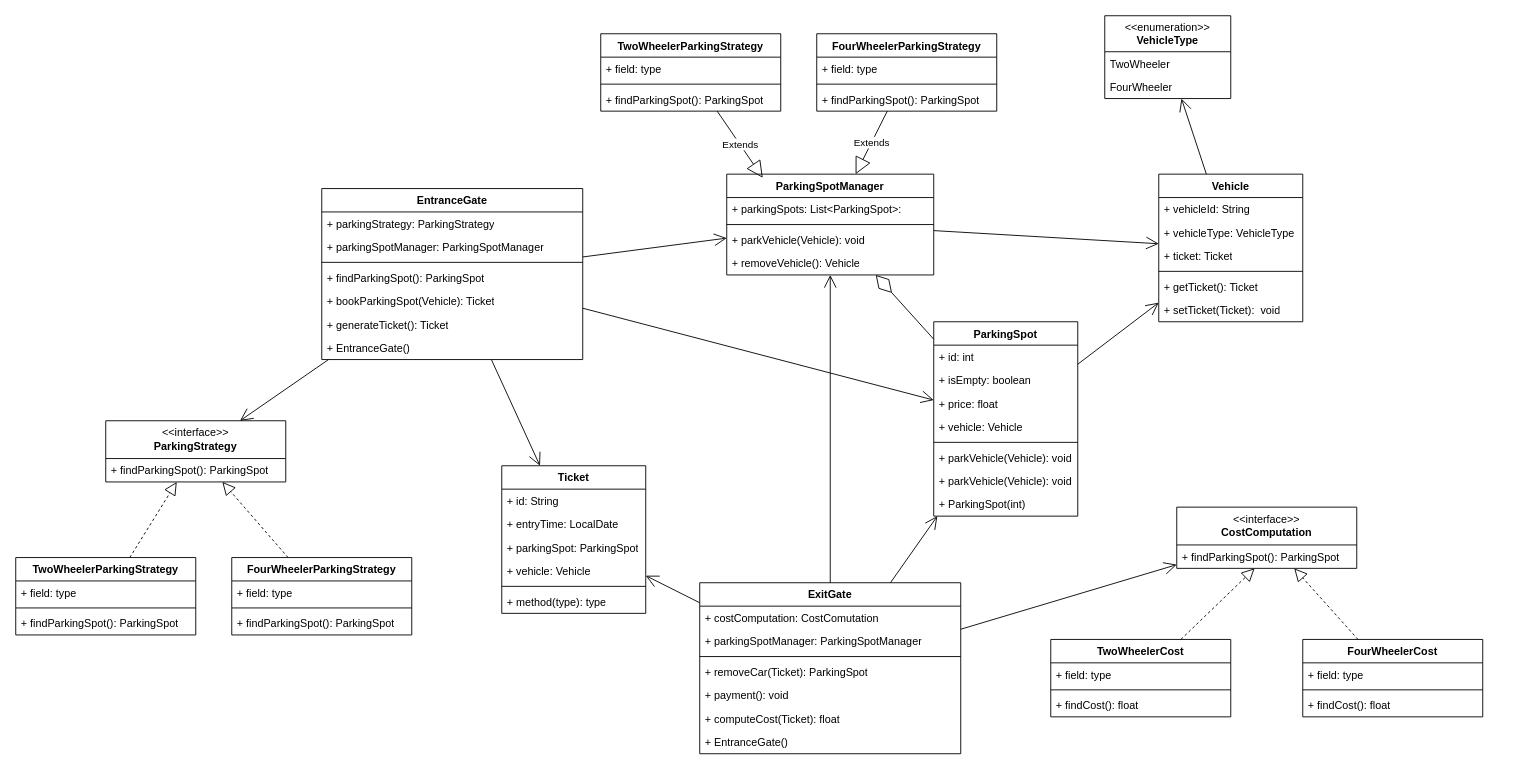
Above: Systems/ParkingLotSystemDesign/ParkingLotDiagram.drawio in jaychillin2607/low-level-system-design-patterns-and-project (draw.io), before the change. Source tidied: cells renumbered, new cells numbered last; positions are measured from the earlier drawing's top-left corner, leaving out a move shared by most shapes. Both pictures are drawn from the tidied source at 90%, with x=0, y=0 at pixel (15, 15).
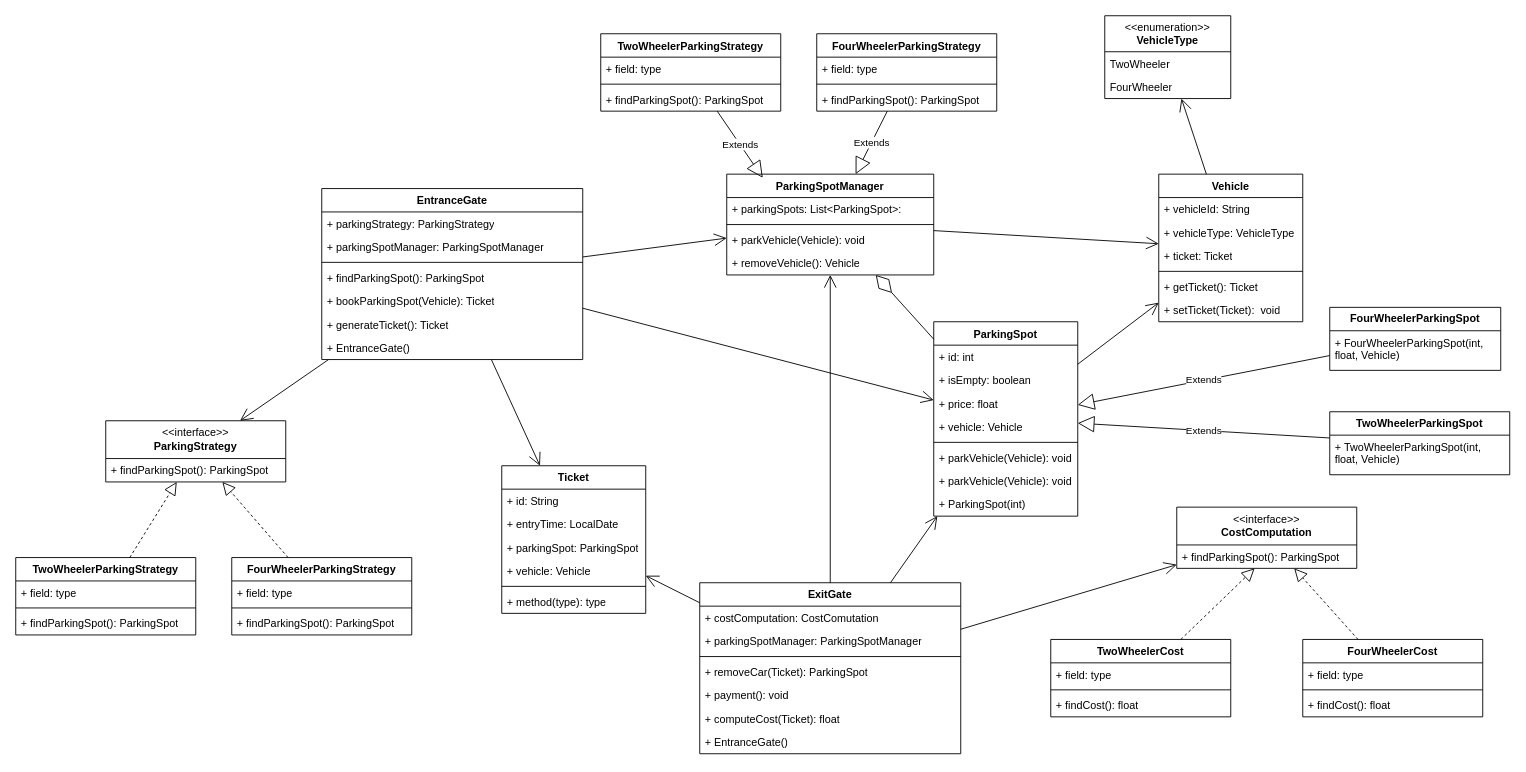
After the change.

Unchanged cells that the change refers to:
```xml
<mxCell id="13" value="ParkingSpot" style="swimlane;fontStyle=1;align=center;verticalAlign=top;horizontal=1;startSize=26;whiteSpace=wrap;html=1;" parent="1" vertex="1">
  <mxGeometry x="1020" y="340" width="160" height="216" as="geometry" />
</mxCell>
```

The edit, as a diff of the source:
```diff
@@
+    <mxCell id="97" value="&lt;b&gt;FourWheelerParkingSpot&lt;/b&gt;" style="swimlane;fontStyle=0;horizontal=1;startSize=26;fillColor=none;whiteSpace=wrap;html=1;" parent="1" vertex="1">
+      <mxGeometry x="1460" y="324" width="190" height="70" as="geometry" />
+    </mxCell>
+    <mxCell id="98" value="+&amp;nbsp;&lt;span style=&quot;text-align: center;&quot;&gt;FourWheelerParkingSpot&lt;/span&gt;&lt;span style=&quot;text-align: center;&quot;&gt;(int, float, Vehicle)&lt;/span&gt;" style="text;strokeColor=none;fillColor=none;align=left;verticalAlign=top;spacingLeft=4;spacingRight=4;overflow=hidden;whiteSpace=wrap;html=1;" parent="97" vertex="1">
+      <mxGeometry y="26" width="190" height="44" as="geometry" />
+    </mxCell>
+    <mxCell id="99" value="&lt;b&gt;TwoWheelerParkingSpot&lt;/b&gt;" style="swimlane;fontStyle=0;horizontal=1;startSize=26;fillColor=none;whiteSpace=wrap;html=1;" parent="1" vertex="1">
+      <mxGeometry x="1460" y="440" width="200" height="70" as="geometry" />
+    </mxCell>
+    <mxCell id="100" value="+&amp;nbsp;&lt;span style=&quot;text-align: center;&quot;&gt;TwoWheelerParkingSpot&lt;/span&gt;&lt;span style=&quot;text-align: center;&quot;&gt;(int, float, Vehicle)&lt;/span&gt;" style="text;strokeColor=none;fillColor=none;align=left;verticalAlign=top;spacingLeft=4;spacingRight=4;overflow=hidden;whiteSpace=wrap;html=1;" parent="99" vertex="1">
+      <mxGeometry y="26" width="200" height="44" as="geometry" />
+    </mxCell>
+    <mxCell id="101" value="Extends" style="endArrow=block;endSize=16;endFill=0;html=1;rounded=0;" parent="1" edge="1" source="97" target="13">
+      <mxGeometry relative="1" as="geometry" />
+    </mxCell>
+    <mxCell id="102" value="Extends" style="endArrow=block;endSize=16;endFill=0;html=1;rounded=0;" parent="1" edge="1" source="99" target="13">
+      <mxGeometry relative="1" as="geometry" />
+    </mxCell>
```
